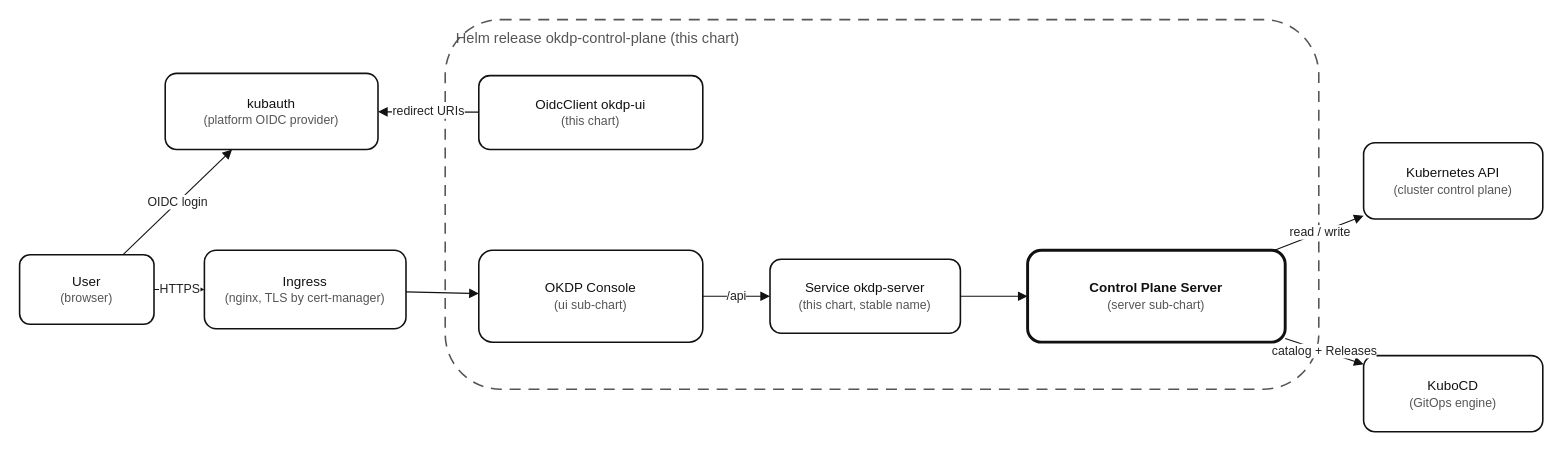
OKDP/okdp-control-plane-charts keeps this draw.io diagram as docs/assets/architecture.drawio. Above is the earlier version. Source tidied: cells renumbered, new cells numbered last; positions are measured from the earlier drawing's top-left corner, leaving out a move shared by most shapes. Both pictures are drawn from the tidied source at 112%, with x=0, y=0 at pixel (19, 19).
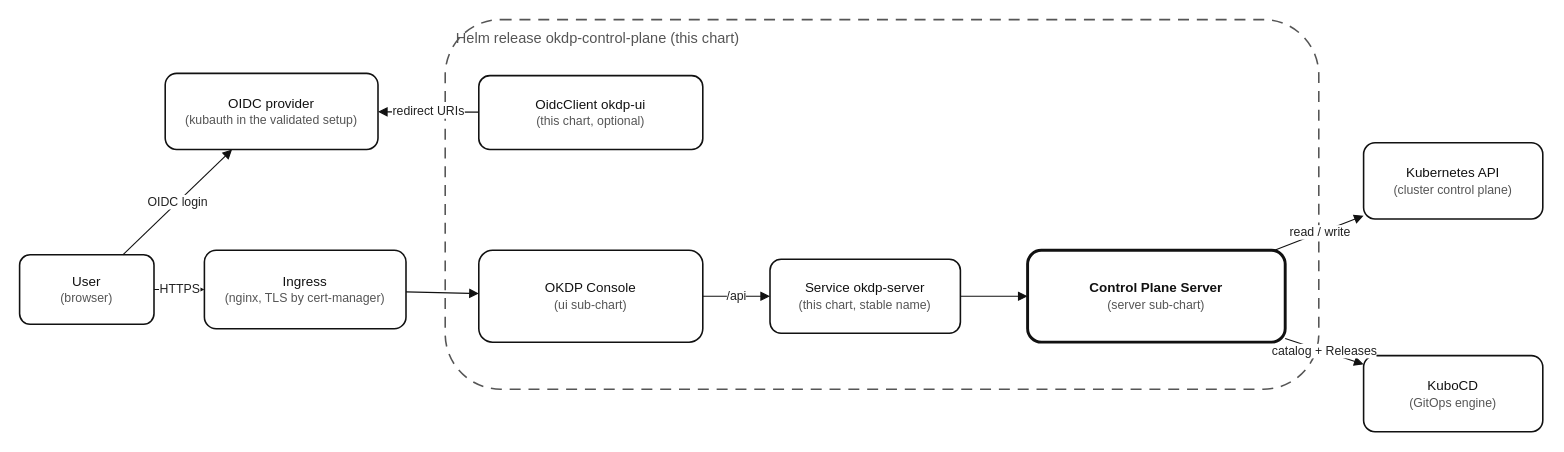
After the change.

Commit message (it also covers changes not shown here):
feat!: make the OIDC client opt-in and drop the sandbox defaults

The edit, as a diff of the source:
```diff
@@
 <mxGraphModel>
   <root>
     <mxCell id="0" />
     <mxCell id="1" parent="0" />
     <mxCell id="2" value="Helm release okdp-control-plane (this chart)" style="rounded=1;whiteSpace=wrap;html=1;dashed=1;dashPattern=7 5;fillColor=none;strokeColor=#555555;strokeWidth=1.4;fontColor=#555555;fontSize=13;verticalAlign=top;align=left;spacingLeft=8;spacingTop=2;" parent="1" vertex="1">
       <mxGeometry x="380" width="780" height="330" as="geometry" />
     </mxCell>
     <mxCell id="3" value="User&lt;br&gt;&lt;font style=&quot;font-size:11px&quot; color=&quot;#555555&quot;&gt;(browser)&lt;/font&gt;" style="rounded=1;whiteSpace=wrap;html=1;fillColor=#ffffff;strokeColor=#111111;fontColor=#111111;strokeWidth=1.4;" parent="1" vertex="1">
       <mxGeometry y="210" width="120" height="62" as="geometry" />
     </mxCell>
     <mxCell id="4" value="Ingress&lt;br&gt;&lt;font style=&quot;font-size:11px&quot; color=&quot;#555555&quot;&gt;(nginx, TLS by cert-manager)&lt;/font&gt;" style="rounded=1;whiteSpace=wrap;html=1;fillColor=#ffffff;strokeColor=#111111;fontColor=#111111;strokeWidth=1.4;" parent="1" vertex="1">
       <mxGeometry x="165" y="206" width="180" height="70" as="geometry" />
     </mxCell>
-    <mxCell id="5" value="kubauth&lt;br&gt;&lt;font style=&quot;font-size:11px&quot; color=&quot;#555555&quot;&gt;(platform OIDC provider)&lt;/font&gt;" style="rounded=1;whiteSpace=wrap;html=1;fillColor=#ffffff;strokeColor=#111111;fontColor=#111111;strokeWidth=1.4;" parent="1" vertex="1">
+    <mxCell id="5" value="OIDC provider&lt;br&gt;&lt;font style=&quot;font-size:11px&quot; color=&quot;#555555&quot;&gt;(kubauth in the validated setup)&lt;/font&gt;" style="rounded=1;whiteSpace=wrap;html=1;fillColor=#ffffff;strokeColor=#111111;fontColor=#111111;strokeWidth=1.4;" parent="1" vertex="1">
       <mxGeometry x="130" y="48" width="190" height="68" as="geometry" />
     </mxCell>
-    <mxCell id="6" value="OidcClient okdp-ui&lt;br&gt;&lt;font style=&quot;font-size:11px&quot; color=&quot;#555555&quot;&gt;(this chart)&lt;/font&gt;" style="rounded=1;whiteSpace=wrap;html=1;fillColor=#ffffff;strokeColor=#111111;fontColor=#111111;strokeWidth=1.4;" parent="1" vertex="1">
+    <mxCell id="6" value="OidcClient okdp-ui&lt;br&gt;&lt;font style=&quot;font-size:11px&quot; color=&quot;#555555&quot;&gt;(this chart, optional)&lt;/font&gt;" style="rounded=1;whiteSpace=wrap;html=1;fillColor=#ffffff;strokeColor=#111111;fontColor=#111111;strokeWidth=1.4;" parent="1" vertex="1">
       <mxGeometry x="410" y="50" width="200" height="66" as="geometry" />
     </mxCell>
     <mxCell id="7" value="OKDP Console&lt;br&gt;&lt;font style=&quot;font-size:11px&quot; color=&quot;#555555&quot;&gt;(ui sub-chart)&lt;/font&gt;" style="rounded=1;whiteSpace=wrap;html=1;fillColor=#ffffff;strokeColor=#111111;fontColor=#111111;strokeWidth=1.4;" parent="1" vertex="1">
       <mxGeometry x="410" y="206" width="200" height="82" as="geometry" />
     </mxCell>
     <mxCell id="8" value="Service okdp-server&lt;br&gt;&lt;font style=&quot;font-size:11px&quot; color=&quot;#555555&quot;&gt;(this chart, stable name)&lt;/font&gt;" style="rounded=1;whiteSpace=wrap;html=1;fillColor=#ffffff;strokeColor=#111111;fontColor=#111111;strokeWidth=1.4;" parent="1" vertex="1">
       <mxGeometry x="670" y="214" width="170" height="66" as="geometry" />
     </mxCell>
     <mxCell id="9" value="&lt;b&gt;Control Plane Server&lt;/b&gt;&lt;br&gt;&lt;font style=&quot;font-size:11px&quot; color=&quot;#555555&quot;&gt;(server sub-chart)&lt;/font&gt;" style="rounded=1;whiteSpace=wrap;html=1;fillColor=#ffffff;strokeColor=#111111;fontColor=#111111;strokeWidth=2.6;" parent="1" vertex="1">
       <mxGeometry x="900" y="206" width="230" height="82" as="geometry" />
     </mxCell>
     <mxCell id="10" value="Kubernetes API&lt;br&gt;&lt;font style=&quot;font-size:11px&quot; color=&quot;#555555&quot;&gt;(cluster control plane)&lt;/font&gt;" style="rounded=1;whiteSpace=wrap;html=1;fillColor=#ffffff;strokeColor=#111111;fontColor=#111111;strokeWidth=1.4;" parent="1" vertex="1">
       <mxGeometry x="1200" y="110" width="160" height="68" as="geometry" />
     </mxCell>
     <mxCell id="11" value="KuboCD&lt;br&gt;&lt;font style=&quot;font-size:11px&quot; color=&quot;#555555&quot;&gt;(GitOps engine)&lt;/font&gt;" style="rounded=1;whiteSpace=wrap;html=1;fillColor=#ffffff;strokeColor=#111111;fontColor=#111111;strokeWidth=1.4;" parent="1" vertex="1">
       <mxGeometry x="1200" y="300" width="160" height="68" as="geometry" />
     </mxCell>
     <mxCell id="12" value="HTTPS" style="edgeStyle=none;html=1;strokeColor=#111111;fontColor=#222222;endArrow=block;endFill=1;" parent="1" edge="1" source="3" target="4">
       <mxGeometry relative="1" as="geometry" />
     </mxCell>
     <mxCell id="13" style="edgeStyle=none;html=1;strokeColor=#111111;endArrow=block;endFill=1;" parent="1" edge="1" source="4" target="7">
       <mxGeometry relative="1" as="geometry" />
     </mxCell>
     <mxCell id="14" value="/api" style="edgeStyle=none;html=1;strokeColor=#111111;fontColor=#222222;endArrow=block;endFill=1;" parent="1" edge="1" source="7" target="8">
       <mxGeometry relative="1" as="geometry" />
     </mxCell>
     <mxCell id="15" style="edgeStyle=none;html=1;strokeColor=#111111;endArrow=block;endFill=1;" parent="1" edge="1" source="8" target="9">
       <mxGeometry relative="1" as="geometry" />
     </mxCell>
     <mxCell id="16" value="read / write" style="edgeStyle=none;html=1;strokeColor=#111111;fontColor=#222222;endArrow=block;endFill=1;" parent="1" edge="1" source="9" target="10">
       <mxGeometry relative="1" as="geometry" />
     </mxCell>
     <mxCell id="17" value="catalog + Releases" style="edgeStyle=none;html=1;strokeColor=#111111;fontColor=#222222;endArrow=block;endFill=1;" parent="1" edge="1" source="9" target="11">
       <mxGeometry relative="1" as="geometry" />
     </mxCell>
     <mxCell id="18" value="redirect URIs" style="edgeStyle=none;html=1;strokeColor=#111111;fontColor=#222222;endArrow=block;endFill=1;" parent="1" edge="1" source="6" target="5">
       <mxGeometry relative="1" as="geometry" />
     </mxCell>
     <mxCell id="19" value="OIDC login" style="edgeStyle=none;html=1;strokeColor=#111111;fontColor=#222222;endArrow=block;endFill=1;" parent="1" edge="1" source="3" target="5">
       <mxGeometry relative="1" as="geometry" />
     </mxCell>
   </root>
 </mxGraphModel>
```
